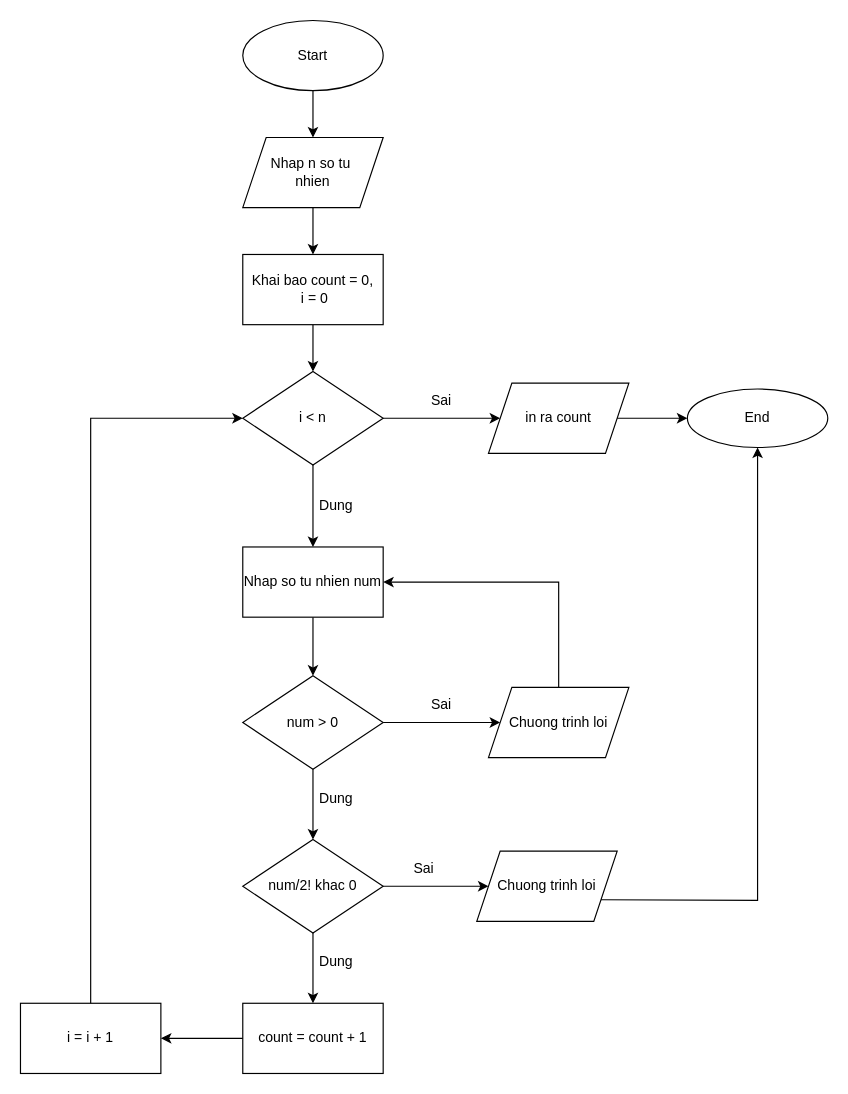
The draw.io diagram bai 2.drawio in KaiyoDev/Moingay1thuattoan, before the edit. Source tidied: cells renumbered, new cells numbered last; positions are measured from the earlier drawing's top-left corner, leaving out a move shared by most shapes. Both pictures are drawn from the tidied source at 117%, with x=0, y=0 at pixel (20, 20).
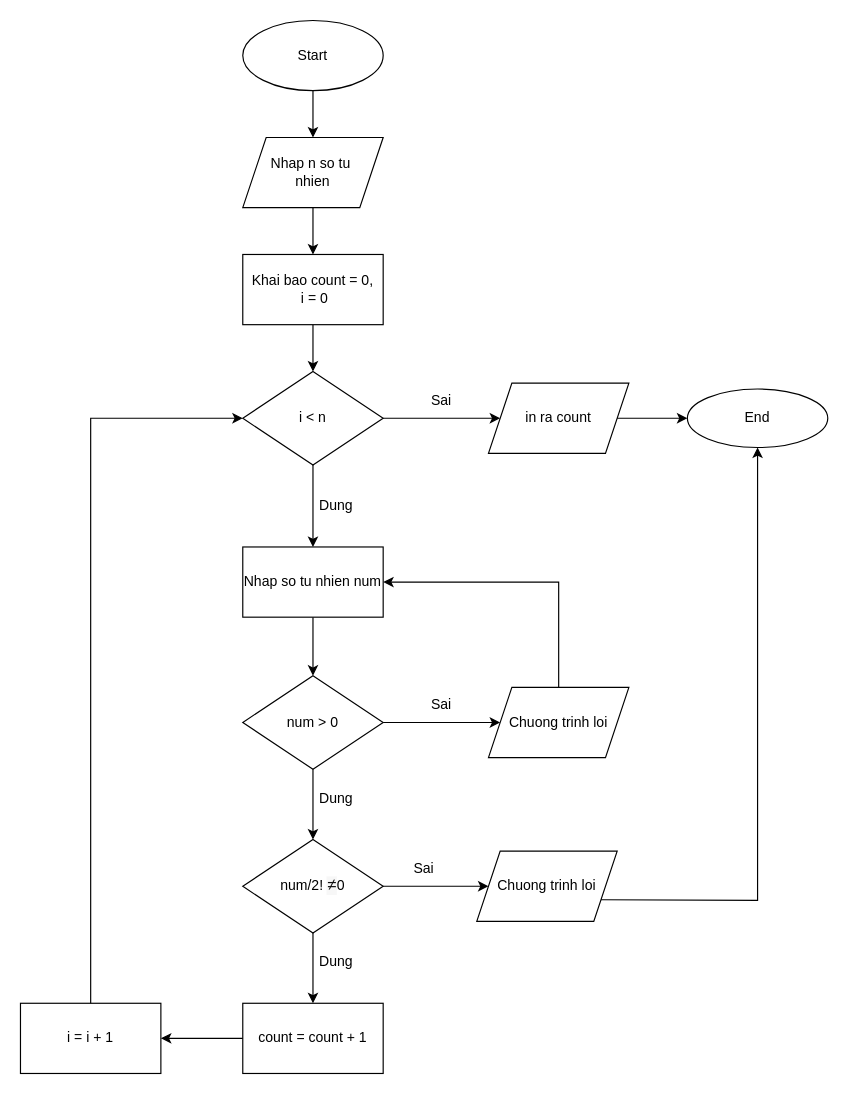
After the change.

The edit, as a diff of the source:
```diff
@@
-    <mxCell id="30" value="num/2! khac 0" style="rhombus;whiteSpace=wrap;html=1;" parent="1" vertex="1">
+    <mxCell id="30" value="num/2!&amp;nbsp;&lt;span style=&quot;color: rgb(17, 17, 17); font-family: monospace; font-size: 14px; text-align: left; white-space-collapse: preserve; background-color: rgba(0, 0, 0, 0.03);&quot;&gt;≠&lt;/span&gt;0" style="rhombus;whiteSpace=wrap;html=1;" parent="1" vertex="1">
       <mxGeometry x="190" y="700" width="120" height="80" as="geometry" />
     </mxCell>
```
